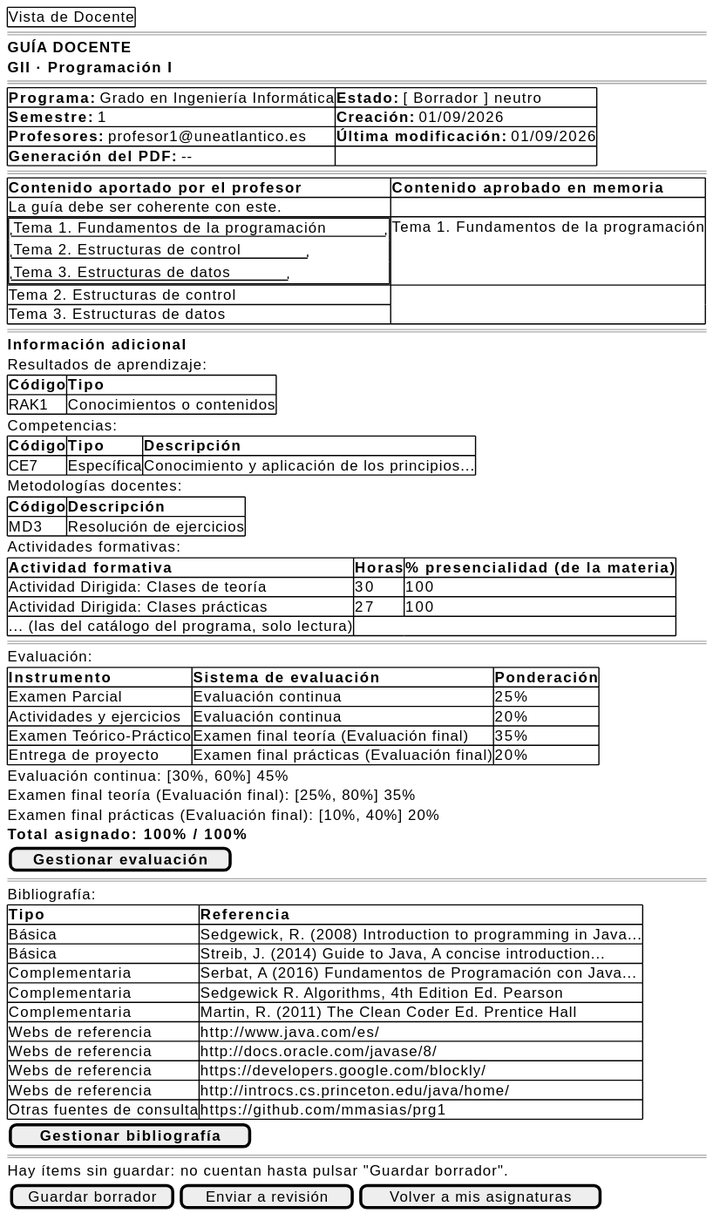
Before: images/RUP/01-requisitos/03-detalle-casos-uso/abrirGuia/wireframe-profesor.svg, a diagram exported from PlantUML (mmasias/pyCeldaPublico).
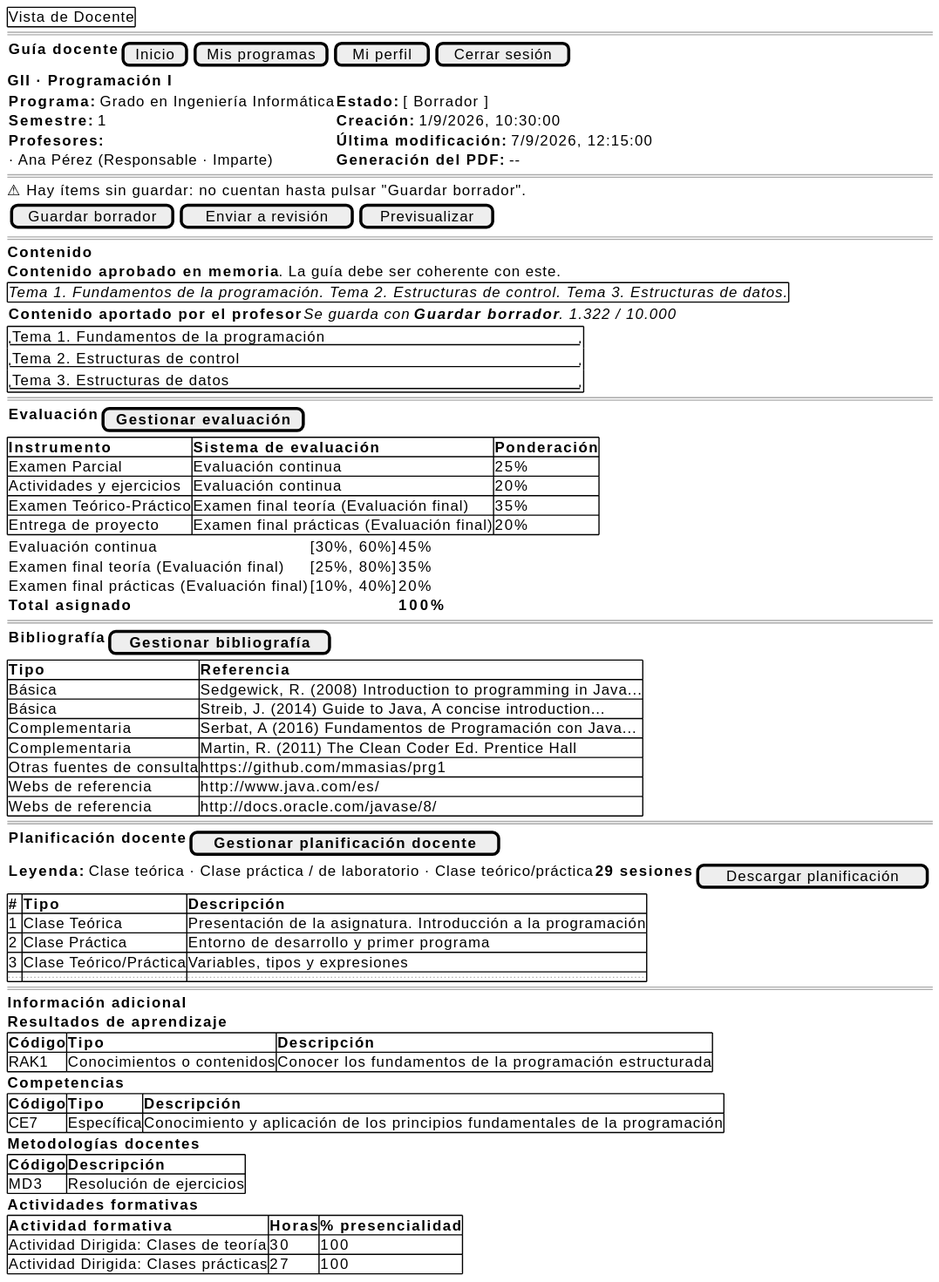
Later version of the same file.

Change to the diagram source:
```diff
@@ -2,53 +2,31 @@
 {
     {+ Vista de Docente }
     ====
-    <b>GUÍA DOCENTE</b>
+    {<b>Guía docente</b> | [Inicio] | [Mis programas] | [Mi perfil] | [Cerrar sesión]}
     <b>GII · Programación I</b>
-    ====
-    {#
-        <b>Programa:</b> Grado en Ingeniería Informática | <b>Estado:</b> [ Borrador ] neutro
-        <b>Semestre:</b> 1 | <b>Creación:</b> 01/09/2026
-        <b>Profesores:</b> profesor1@uneatlantico.es | <b>Última modificación:</b> 01/09/2026
-         | <b>Generación del PDF:</b> --
+    {
+        <b>Programa:</b> Grado en Ingeniería Informática | <b>Estado:</b> [ Borrador ]
+        <b>Semestre:</b> 1 | <b>Creación:</b> 1/9/2026, 10:30:00
+        <b>Profesores:</b> | <b>Última modificación:</b> 7/9/2026, 12:15:00
+        · Ana Pérez (Responsable · Imparte) | <b>Generación del PDF:</b> --
     }
     ====
+    ⚠ Hay ítems sin guardar: no cuentan hasta pulsar "Guardar borrador".
+    {[Guardar borrador] | [Enviar a revisión] | [Previsualizar]}
+    ====
+    <b>Contenido</b>
+    <b>Contenido aprobado en memoria</b>. La guía debe ser coherente con este.
     {#
-        <b>Contenido aportado por el profesor</b> | <b>Contenido aprobado en memoria</b>
-         | La guía debe ser coherente con este.
-        {+
-            "Tema 1. Fundamentos de la programación"
-            "Tema 2. Estructuras de control"
-            "Tema 3. Estructuras de datos"
-        } | Tema 1. Fundamentos de la programación
-        Tema 2. Estructuras de control
-        Tema 3. Estructuras de datos
+        <i>Tema 1. Fundamentos de la programación. Tema 2. Estructuras de control. Tema 3. Estructuras de datos.</i>
+    }
+    {<b>Contenido aportado por el profesor</b> | <i>Se guarda con <b>Guardar borrador</b>. 1.322 / 10.000</i>}
+    {+
+        "Tema 1. Fundamentos de la programación                    "
+        "Tema 2. Estructuras de control                            "
+        "Tema 3. Estructuras de datos                              "
     }
     ====
-    <b>Información adicional</b>
-    Resultados de aprendizaje:
-    {#
-        <b>Código | <b>Tipo
-        RAK1 | Conocimientos o contenidos
-    }
-    Competencias:
-    {#
-        <b>Código | <b>Tipo | <b>Descripción
-        CE7 | Específica | Conocimiento y aplicación de los principios...
-    }
-    Metodologías docentes:
-    {#
-        <b>Código | <b>Descripción
-        MD3 | Resolución de ejercicios
-    }
-    Actividades formativas:
-    {#
-        <b>Actividad formativa | <b>Horas | <b>% presencialidad (de la materia)
-        Actividad Dirigida: Clases de teoría | 30 | 100
-        Actividad Dirigida: Clases prácticas | 27 | 100
-        ... (las del catálogo del programa, solo lectura) | |
-    }
-    ====
-    Evaluación:
+    {<b>Evaluación</b> | [<b>Gestionar evaluación</b>]}
     {#
         <b>Instrumento | <b>Sistema de evaluación | <b>Ponderación
         Examen Parcial | Evaluación continua | 25%
@@ -56,29 +34,56 @@
         Examen Teórico-Práctico | Examen final teoría (Evaluación final) | 35%
         Entrega de proyecto | Examen final prácticas (Evaluación final) | 20%
     }
-    Evaluación continua: [30%, 60%] 45%
-    Examen final teoría (Evaluación final): [25%, 80%] 35%
-    Examen final prácticas (Evaluación final): [10%, 40%] 20%
-    <b>Total asignado: 100% / 100%</b>
-    [ <b>Gestionar evaluación</b> ]
+    {
+        Evaluación continua | &#91;30%, 60%] | 45%
+        Examen final teoría (Evaluación final) | &#91;25%, 80%] | 35%
+        Examen final prácticas (Evaluación final) | &#91;10%, 40%] | 20%
+        <b>Total asignado</b> | . | <b>100%</b>
+    }
     ====
-    Bibliografía:
+    {<b>Bibliografía</b> | [<b>Gestionar bibliografía</b>]}
     {#
         <b>Tipo | <b>Referencia
         Básica | Sedgewick, R. (2008) Introduction to programming in Java...
         Básica | Streib, J. (2014) Guide to Java, A concise introduction...
         Complementaria | Serbat, A (2016) Fundamentos de Programación con Java...
-        Complementaria | Sedgewick R. Algorithms, 4th Edition Ed. Pearson
         Complementaria | Martin, R. (2011) The Clean Coder Ed. Prentice Hall
+        Otras fuentes de consulta | https://github.com/mmasias/prg1
         Webs de referencia | http://www.java.com/es/
         Webs de referencia | http://docs.oracle.com/javase/8/
-        Webs de referencia | https://developers.google.com/blockly/
-        Webs de referencia | http://introcs.cs.princeton.edu/java/home/
-        Otras fuentes de consulta | https://github.com/mmasias/prg1
     }
-    [ <b>Gestionar bibliografía</b> ]
     ====
-    Hay ítems sin guardar: no cuentan hasta pulsar "Guardar borrador".
-    {[Guardar borrador] | [Enviar a revisión] | [Volver a mis asignaturas]}
+    {<b>Planificación docente</b> | [<b>Gestionar planificación docente</b>]}
+    {<b>Leyenda:</b> Clase teórica · Clase práctica / de laboratorio · Clase teórico/práctica | <b>29 sesiones</b> | [Descargar planificación]}
+    {#
+        <b>#</b> | <b>Tipo</b> | <b>Descripción</b>
+        1 | Clase Teórica | Presentación de la asignatura. Introducción a la programación
+        2 | Clase Práctica | Entorno de desarrollo y primer programa
+        3 | Clase Teórico/Práctica | Variables, tipos y expresiones
+        ... | ... | ...
+    }
+    ====
+    <b>Información adicional</b>
+    <b>Resultados de aprendizaje</b>
+    {#
+        <b>Código</b> | <b>Tipo</b> | <b>Descripción</b>
+        RAK1 | Conocimientos o contenidos | Conocer los fundamentos de la programación estructurada
+    }
+    <b>Competencias</b>
+    {#
+        <b>Código</b> | <b>Tipo</b> | <b>Descripción</b>
+        CE7 | Específica | Conocimiento y aplicación de los principios fundamentales de la programación
+    }
+    <b>Metodologías docentes</b>
+    {#
+        <b>Código</b> | <b>Descripción</b>
+        MD3 | Resolución de ejercicios
+    }
+    <b>Actividades formativas</b>
+    {#
+        <b>Actividad formativa</b> | <b>Horas</b> | <b>% presencialidad</b>
+        Actividad Dirigida: Clases de teoría | 30 | 100
+        Actividad Dirigida: Clases prácticas | 27 | 100
+    }
 }
 @endsalt
```
